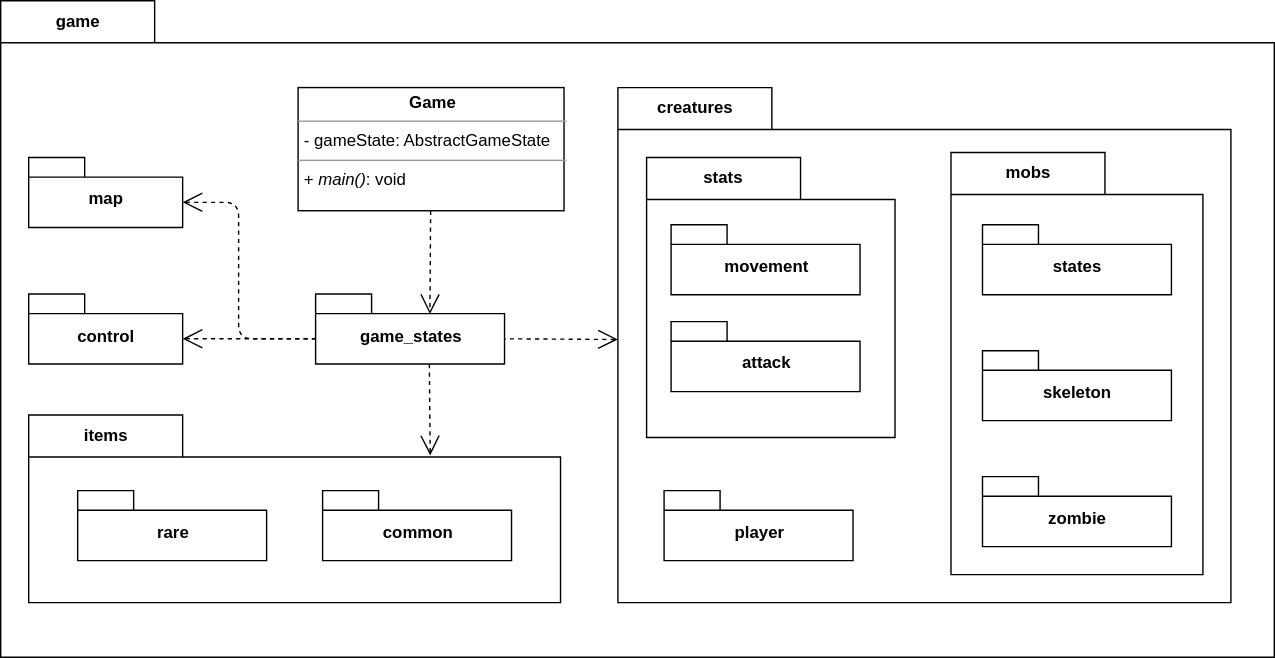
Before: hw2/img/components.svg, a diagram exported from draw.io (rprtr258/program-architecture-homeworks). Source tidied: cells renumbered, new cells last; positions are measured from the earlier drawing's top-left corner, leaving out a move shared by most shapes.
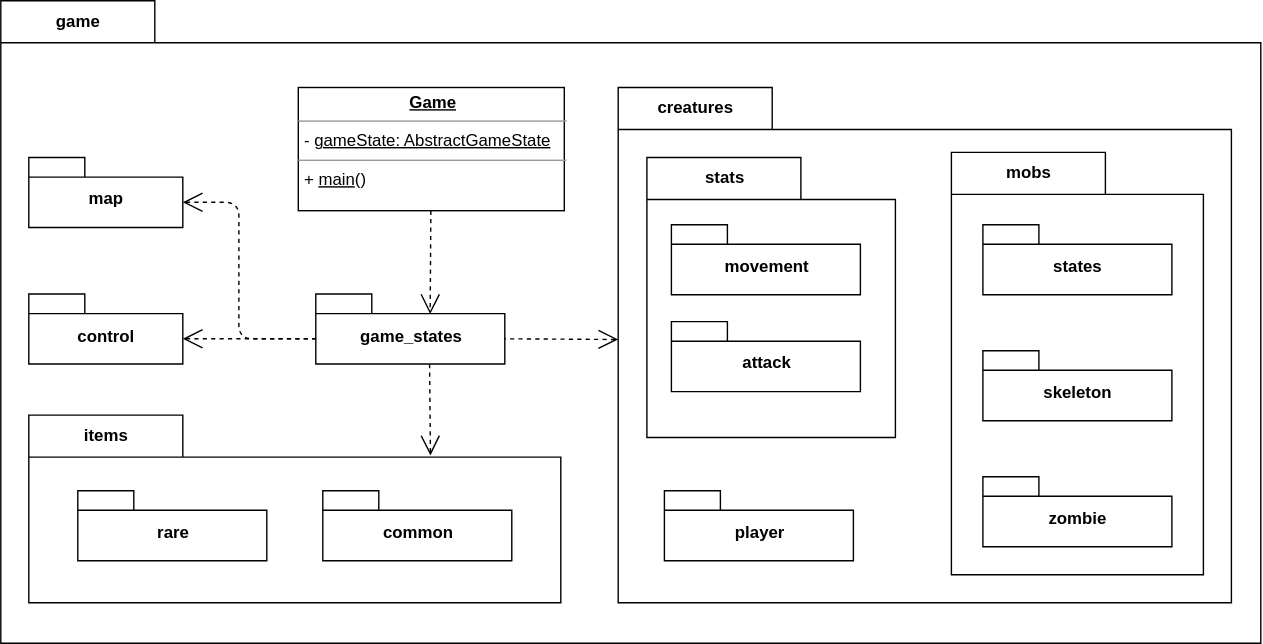
After the change.

What changed in the source:
```diff
@@ -3,7 +3,7 @@
     <mxCell id="0" />
     <mxCell id="1" parent="0" />
     <mxCell id="2" value="game" style="shape=folder;fontStyle=1;tabWidth=110;tabHeight=30;tabPosition=left;html=1;boundedLbl=1;labelInHeader=1;" parent="1" vertex="1">
-      <mxGeometry width="910" height="469" as="geometry" />
+      <mxGeometry width="900" height="459" as="geometry" />
     </mxCell>
     <mxCell id="3" value="control" style="shape=folder;fontStyle=1;spacingTop=10;tabWidth=40;tabHeight=14;tabPosition=left;html=1;" parent="1" vertex="1">
       <mxGeometry x="20" y="209.5" width="110" height="50" as="geometry" />
@@ -70,7 +70,7 @@
     <mxCell id="21" value="common" style="shape=folder;fontStyle=1;spacingTop=10;tabWidth=40;tabHeight=14;tabPosition=left;html=1;" parent="1" vertex="1">
       <mxGeometry x="230" y="350" width="135" height="50" as="geometry" />
     </mxCell>
-    <mxCell id="22" value="&lt;p style=&quot;margin: 0px ; margin-top: 4px ; text-align: center&quot;&gt;&lt;b&gt;Game&lt;/b&gt;&lt;/p&gt;&lt;hr size=&quot;1&quot;&gt;&lt;p style=&quot;margin: 0px ; margin-left: 4px&quot;&gt;- gameState: AbstractGameState&lt;/p&gt;&lt;hr size=&quot;1&quot;&gt;&lt;p style=&quot;margin: 0px ; margin-left: 4px&quot;&gt;+ &lt;i&gt;main()&lt;/i&gt;: void&lt;/p&gt;" style="verticalAlign=top;align=left;overflow=fill;fontSize=12;fontFamily=Helvetica;html=1;" parent="1" vertex="1">
+    <mxCell id="22" value="&lt;p style=&quot;margin: 0px ; margin-top: 4px ; text-align: center&quot;&gt;&lt;b&gt;&lt;u&gt;Game&lt;/u&gt;&lt;/b&gt;&lt;/p&gt;&lt;hr size=&quot;1&quot;&gt;&lt;p style=&quot;margin: 0px ; margin-left: 4px&quot;&gt;- &lt;u&gt;gameState: AbstractGameState&lt;/u&gt;&lt;/p&gt;&lt;hr size=&quot;1&quot;&gt;&lt;p style=&quot;margin: 0px ; margin-left: 4px&quot;&gt;+ &lt;u&gt;main&lt;/u&gt;()&lt;/p&gt;" style="verticalAlign=top;align=left;overflow=fill;fontSize=12;fontFamily=Helvetica;html=1;" parent="1" vertex="1">
       <mxGeometry x="212.5" y="62" width="190" height="88" as="geometry" />
     </mxCell>
     <mxCell id="23" style="rounded=1;jettySize=auto;html=1;startArrow=none;startFill=0;endArrow=open;endFill=0;dashed=1;endSize=12;startSize=12;entryX=0.605;entryY=0.286;entryDx=0;entryDy=0;entryPerimeter=0;" parent="1" edge="1" source="22" target="4">
```
